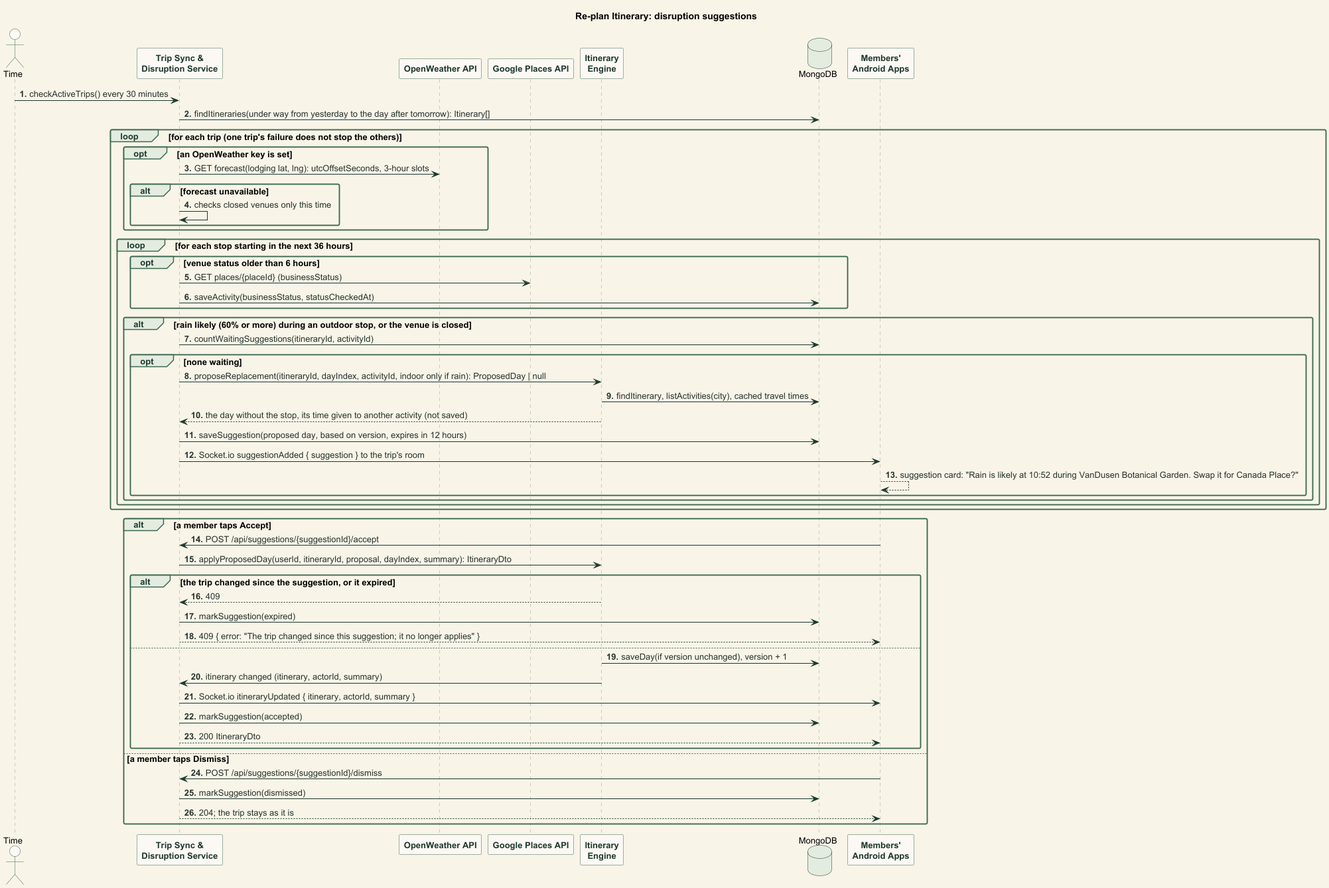
Before: documentation/images/seq_replan_trip.png, a diagram exported from PlantUML (abhiverma13/TimeTravel). Source of this version:
```plantuml
@startuml seq_replan_itinerary
!include style.iuml
title Re-plan Itinerary: disruption suggestions

actor Time
participant "Trip Sync &\nDisruption Service" as Sync
participant "OpenWeather API" as Weather
participant "Google Places API" as Places
participant "Itinerary\nEngine" as Engine
database MongoDB
participant "Members'\nAndroid Apps" as Apps

Time -> Sync : checkActiveTrips() every 30 minutes
Sync -> MongoDB : findItineraries(under way from yesterday to the day after tomorrow): Itinerary[]
loop for each trip (one trip's failure does not stop the others)
  opt an OpenWeather key is set
    Sync -> Weather : GET forecast(lodging lat, lng): utcOffsetSeconds, 3-hour slots
    alt forecast unavailable
      Sync -> Sync : checks closed venues only this time
    end
  end
  loop for each stop starting in the next 36 hours
    opt venue status older than 6 hours
      Sync -> Places : GET places/{placeId} (businessStatus)
      Sync -> MongoDB : saveActivity(businessStatus, statusCheckedAt)
    end
    alt rain likely (60% or more) during an outdoor stop, or the venue is closed
      Sync -> MongoDB : countWaitingSuggestions(itineraryId, activityId)
      opt none waiting
        Sync -> Engine : proposeReplacement(itineraryId, dayIndex, activityId, indoor only if rain): ProposedDay | null
        Engine -> MongoDB : findItinerary, listActivities(city), cached travel times
        Engine --> Sync : the day without the stop, its time given to another activity (not saved)
        Sync -> MongoDB : saveSuggestion(proposed day, based on version, expires in 12 hours)
        Sync -> Apps : Socket.io suggestionAdded { suggestion } to the trip's room
        Apps --> Apps : suggestion card: "Rain is likely at 10:52 during VanDusen Botanical Garden. Swap it for Canada Place?"
      end
    end
  end
end

alt a member taps Accept
  Apps -> Sync : POST /api/suggestions/{suggestionId}/accept
  Sync -> Engine : applyProposedDay(userId, itineraryId, proposal, dayIndex, summary): ItineraryDto
  alt the trip changed since the suggestion, or it expired
    Engine --> Sync : 409
    Sync -> MongoDB : markSuggestion(expired)
    Sync --> Apps : 409 { error: "The trip changed since this suggestion; it no longer applies" }
  else
    Engine -> MongoDB : saveDay(if version unchanged), version + 1
    Engine -> Sync : itinerary changed (itinerary, actorId, summary)
    Sync -> Apps : Socket.io itineraryUpdated { itinerary, actorId, summary }
    Sync -> MongoDB : markSuggestion(accepted)
    Sync --> Apps : 200 ItineraryDto
  end
else a member taps Dismiss
  Apps -> Sync : POST /api/suggestions/{suggestionId}/dismiss
  Sync -> MongoDB : markSuggestion(dismissed)
  Sync --> Apps : 204; the trip stays as it is
end
@enduml
```
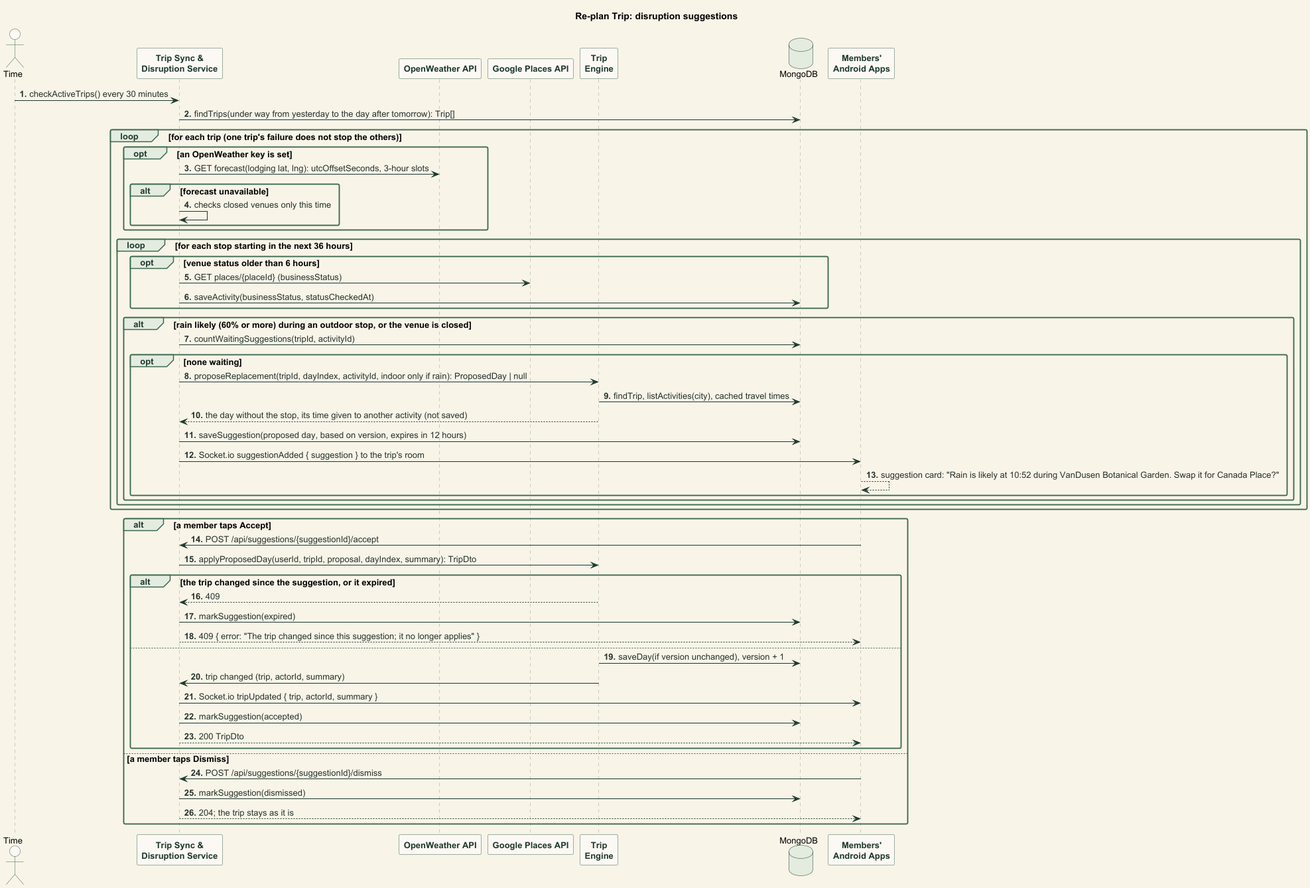
After the commit.

Change to the diagram source:
```diff
@@ -1,17 +1,17 @@
-@startuml seq_replan_itinerary
+@startuml seq_replan_trip
 !include style.iuml
-title Re-plan Itinerary: disruption suggestions
+title Re-plan Trip: disruption suggestions
 
 actor Time
 participant "Trip Sync &\nDisruption Service" as Sync
 participant "OpenWeather API" as Weather
 participant "Google Places API" as Places
-participant "Itinerary\nEngine" as Engine
+participant "Trip\nEngine" as Engine
 database MongoDB
 participant "Members'\nAndroid Apps" as Apps
 
 Time -> Sync : checkActiveTrips() every 30 minutes
-Sync -> MongoDB : findItineraries(under way from yesterday to the day after tomorrow): Itinerary[]
+Sync -> MongoDB : findTrips(under way from yesterday to the day after tomorrow): Trip[]
 loop for each trip (one trip's failure does not stop the others)
   opt an OpenWeather key is set
     Sync -> Weather : GET forecast(lodging lat, lng): utcOffsetSeconds, 3-hour slots
@@ -25,10 +25,10 @@
       Sync -> MongoDB : saveActivity(businessStatus, statusCheckedAt)
     end
     alt rain likely (60% or more) during an outdoor stop, or the venue is closed
-      Sync -> MongoDB : countWaitingSuggestions(itineraryId, activityId)
+      Sync -> MongoDB : countWaitingSuggestions(tripId, activityId)
       opt none waiting
-        Sync -> Engine : proposeReplacement(itineraryId, dayIndex, activityId, indoor only if rain): ProposedDay | null
-        Engine -> MongoDB : findItinerary, listActivities(city), cached travel times
+        Sync -> Engine : proposeReplacement(tripId, dayIndex, activityId, indoor only if rain): ProposedDay | null
+        Engine -> MongoDB : findTrip, listActivities(city), cached travel times
         Engine --> Sync : the day without the stop, its time given to another activity (not saved)
         Sync -> MongoDB : saveSuggestion(proposed day, based on version, expires in 12 hours)
         Sync -> Apps : Socket.io suggestionAdded { suggestion } to the trip's room
@@ -40,17 +40,17 @@
 
 alt a member taps Accept
   Apps -> Sync : POST /api/suggestions/{suggestionId}/accept
-  Sync -> Engine : applyProposedDay(userId, itineraryId, proposal, dayIndex, summary): ItineraryDto
+  Sync -> Engine : applyProposedDay(userId, tripId, proposal, dayIndex, summary): TripDto
   alt the trip changed since the suggestion, or it expired
     Engine --> Sync : 409
     Sync -> MongoDB : markSuggestion(expired)
     Sync --> Apps : 409 { error: "The trip changed since this suggestion; it no longer applies" }
   else
     Engine -> MongoDB : saveDay(if version unchanged), version + 1
-    Engine -> Sync : itinerary changed (itinerary, actorId, summary)
-    Sync -> Apps : Socket.io itineraryUpdated { itinerary, actorId, summary }
+    Engine -> Sync : trip changed (trip, actorId, summary)
+    Sync -> Apps : Socket.io tripUpdated { trip, actorId, summary }
     Sync -> MongoDB : markSuggestion(accepted)
-    Sync --> Apps : 200 ItineraryDto
+    Sync --> Apps : 200 TripDto
   end
 else a member taps Dismiss
   Apps -> Sync : POST /api/suggestions/{suggestionId}/dismiss
```
